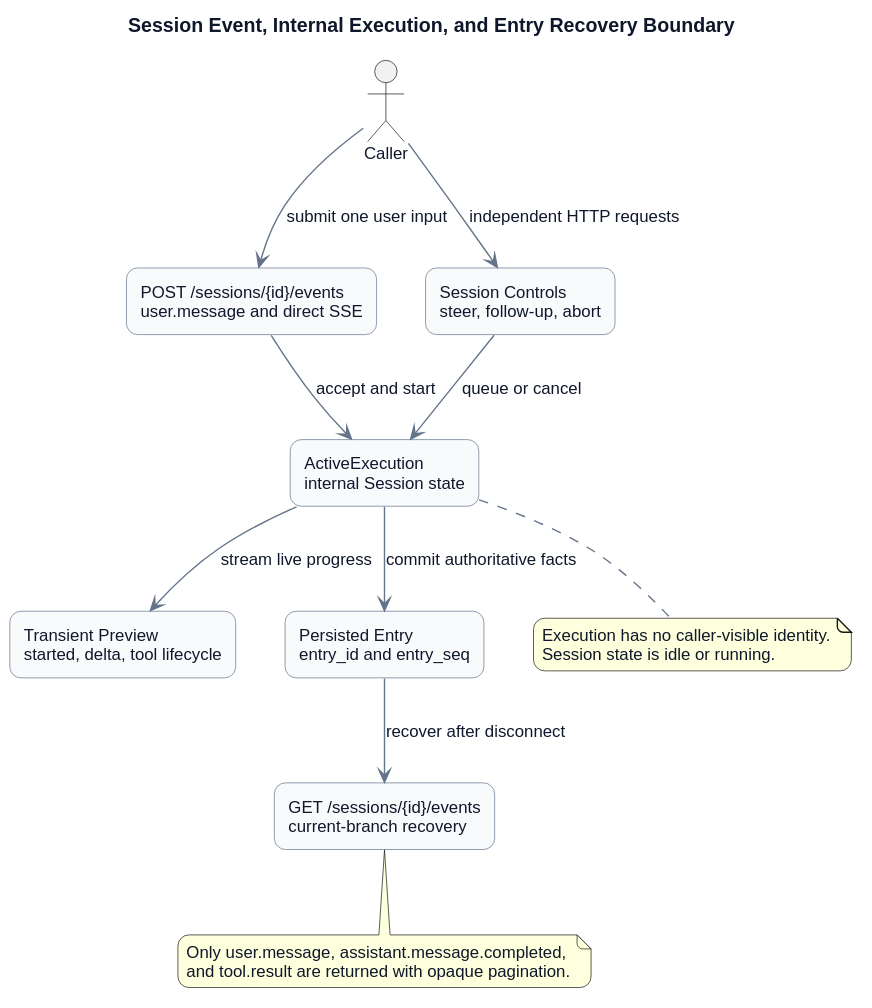
ssm0808/pi-mono-java-design keeps this PlantUML diagram as pi-mono-java-manager-driven-multi-agent-runtime/diagrams/execution-control/http_execution_resource_model.svg. Above is the earlier version. Source of this version:
```plantuml
@startuml
title Session Event, Internal Execution, and Entry Recovery Boundary


skinparam backgroundColor #FFFFFF
skinparam shadowing false
skinparam roundcorner 16
skinparam defaultFontName Arial
skinparam defaultFontSize 12
skinparam defaultFontColor #0F172A
skinparam ArrowColor #64748B
skinparam rectangle {
  BorderColor #64748B
  BackgroundColor #F8FAFC
  FontColor #0F172A
}

actor Caller
rectangle "POST /sessions/{id}/events\nuser.message and direct SSE" as SendEvent
rectangle "ActiveExecution\ninternal Session state" as Execution
rectangle "Transient Preview\nstarted, delta, tool lifecycle" as Preview
rectangle "Persisted Entry\nentry_id and entry_seq" as Entry
rectangle "GET /sessions/{id}/events\ncurrent-branch recovery" as GetEvents
rectangle "Session Controls\nsteer, follow-up, abort" as Controls

Caller --> SendEvent : submit one user input
SendEvent --> Execution : accept and start
Execution --> Preview : stream live progress
Execution --> Entry : commit authoritative facts
Entry --> GetEvents : recover after disconnect
Caller --> Controls : independent HTTP requests
Controls --> Execution : queue or cancel

note bottom of Execution
Execution has no caller-visible identity.
Session state is idle or running.
end note

note bottom of GetEvents
Only user.message, assistant.message.completed,
and tool.result are returned with opaque pagination.
end note
@enduml
```
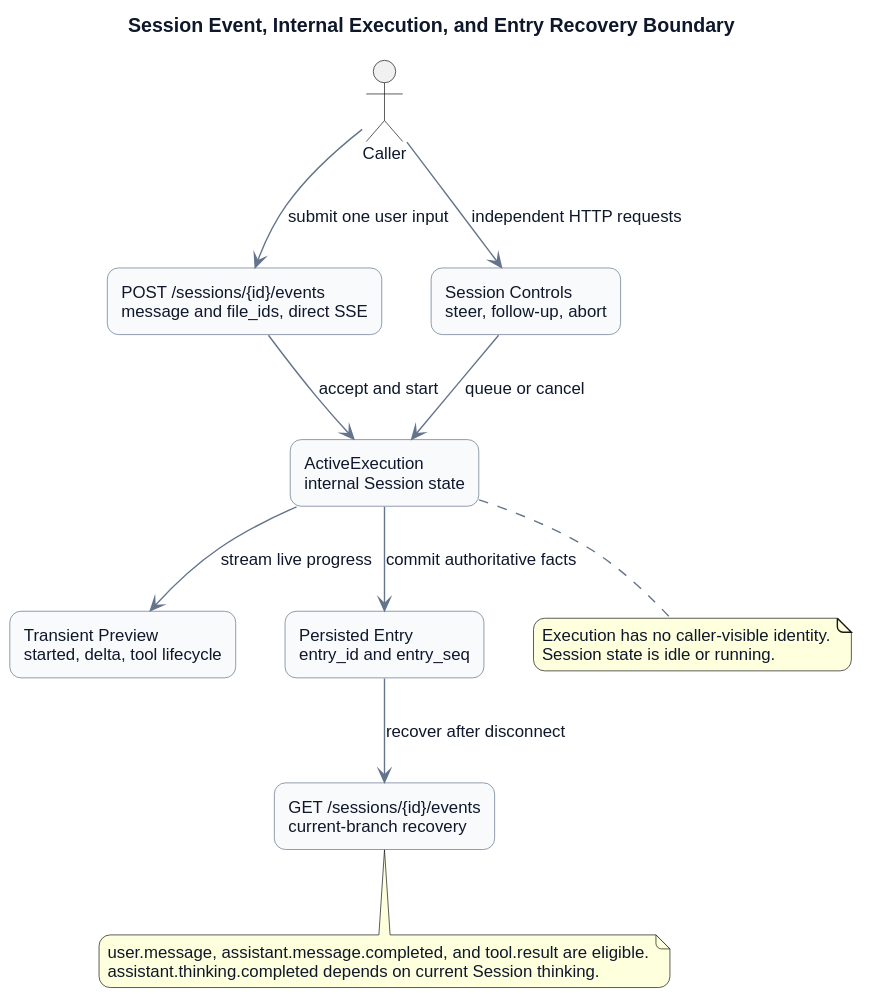
After the commit.

Diff of the diagram source:
```diff
@@ -16,7 +16,7 @@
 }
 
 actor Caller
-rectangle "POST /sessions/{id}/events\nuser.message and direct SSE" as SendEvent
+rectangle "POST /sessions/{id}/events\nmessage and file_ids, direct SSE" as SendEvent
 rectangle "ActiveExecution\ninternal Session state" as Execution
 rectangle "Transient Preview\nstarted, delta, tool lifecycle" as Preview
 rectangle "Persisted Entry\nentry_id and entry_seq" as Entry
@@ -37,7 +37,7 @@
 end note
 
 note bottom of GetEvents
-Only user.message, assistant.message.completed,
-and tool.result are returned with opaque pagination.
+user.message, assistant.message.completed, and tool.result are eligible.
+assistant.thinking.completed depends on current Session thinking.
 end note
 @enduml
```
